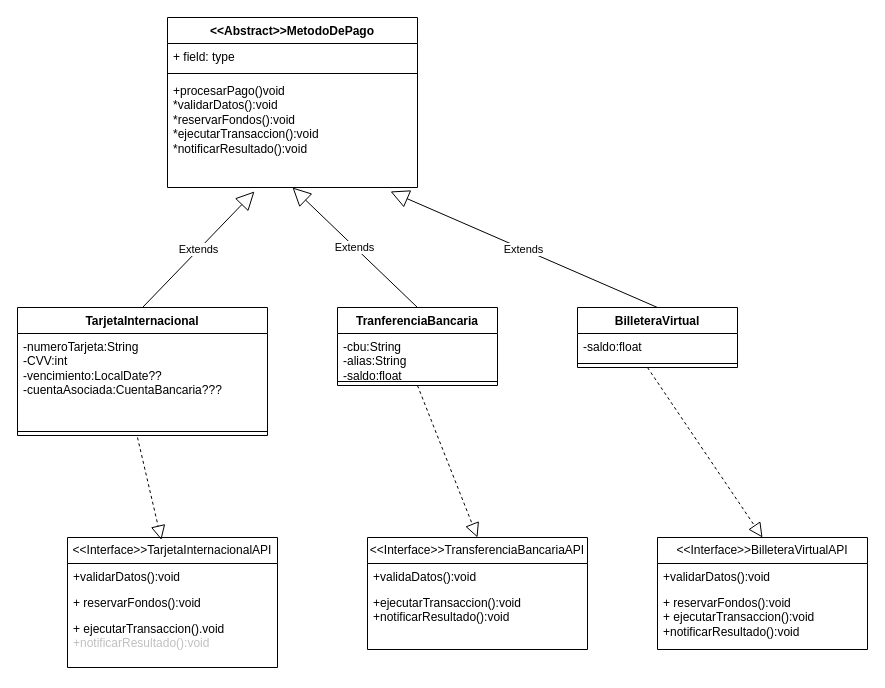
Before: UML/2.4 metodos de  pago.drawio in MartinianoOliveto/po2-integrador, a draw.io diagram. Source tidied: cells renumbered, new cells numbered last; positions are measured from the earlier drawing's top-left corner, leaving out a move shared by most shapes. Both pictures are drawn from the tidied source at 100%, with x=0, y=0 at pixel (17, 17).
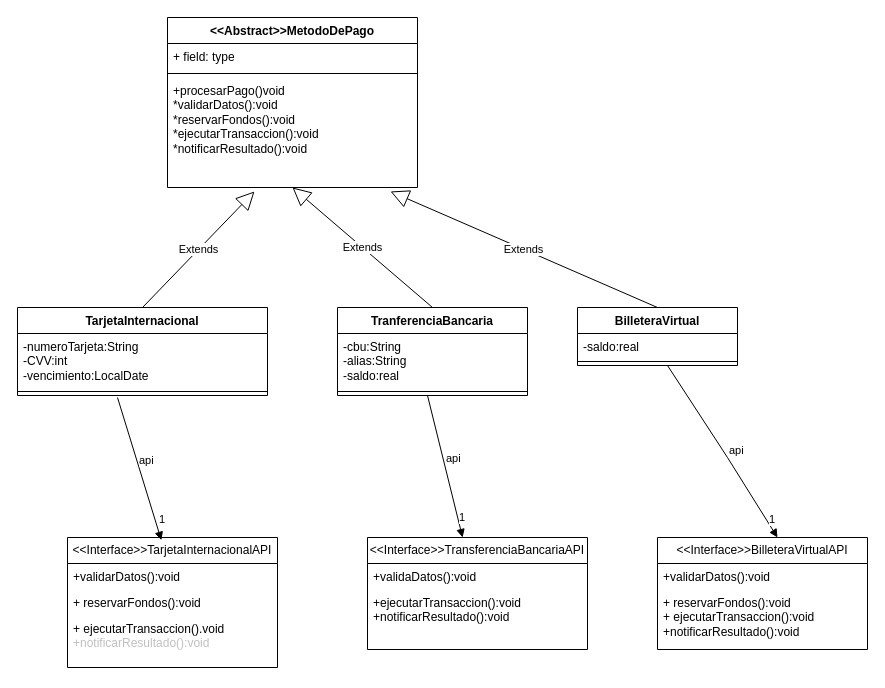
The same diagram, later.

Unchanged cells that the change refers to:
```xml
<mxCell id="15" value="&amp;lt;&amp;lt;Interface&amp;gt;&amp;gt;TarjetaInternacionalAPI" style="swimlane;fontStyle=0;horizontal=1;startSize=26;fillColor=none;whiteSpace=wrap;html=1;" parent="1" vertex="1">
  <mxGeometry x="50" y="520" width="210" height="130" as="geometry" />
</mxCell>
<mxCell id="19" value="&amp;lt;&amp;lt;Interface&amp;gt;&amp;gt;TransferenciaBancariaAPI" style="swimlane;fontStyle=0;horizontal=1;startSize=26;fillColor=none;whiteSpace=wrap;html=1;" parent="1" vertex="1">
  <mxGeometry x="350" y="520" width="220" height="112" as="geometry" />
</mxCell>
<mxCell id="22" value="&amp;lt;&amp;lt;Interface&amp;gt;&amp;gt;BilleteraVirtualAPI" style="swimlane;fontStyle=0;horizontal=1;startSize=26;fillColor=none;whiteSpace=wrap;html=1;" parent="1" vertex="1">
  <mxGeometry x="640" y="520" width="210" height="112" as="geometry" />
</mxCell>
```

Change to the diagram source:
```diff
@@
     <mxCell id="6" value="TarjetaInternacional" style="swimlane;fontStyle=1;align=center;verticalAlign=top;horizontal=1;startSize=26;whiteSpace=wrap;html=1;" parent="1" vertex="1">
-      <mxGeometry y="290" width="250" height="128" as="geometry" />
+      <mxGeometry y="290" width="250" height="88" as="geometry" />
     </mxCell>
-    <mxCell id="7" value="-numeroTarjeta:String&lt;div&gt;-CVV:int&amp;nbsp;&lt;/div&gt;&lt;div&gt;-vencimiento:LocalDate??&lt;/div&gt;&lt;div&gt;-cuentaAsociada:CuentaBancaria???&lt;/div&gt;" style="text;strokeColor=none;fillColor=none;align=left;verticalAlign=top;spacingLeft=4;spacingRight=4;overflow=hidden;whiteSpace=wrap;html=1;" parent="6" vertex="1">
-      <mxGeometry y="26" width="250" height="94" as="geometry" />
+    <mxCell id="7" value="-numeroTarjeta:String&lt;div&gt;-CVV:int&amp;nbsp;&lt;/div&gt;&lt;div&gt;-vencimiento:LocalDate&lt;/div&gt;" style="text;strokeColor=none;fillColor=none;align=left;verticalAlign=top;spacingLeft=4;spacingRight=4;overflow=hidden;whiteSpace=wrap;html=1;" parent="6" vertex="1">
+      <mxGeometry y="26" width="250" height="54" as="geometry" />
     </mxCell>
     <mxCell id="8" style="line;strokeWidth=1;fillColor=none;align=left;verticalAlign=middle;spacingTop=-1;spacingLeft=3;spacingRight=3;labelPosition=right;strokeColor=inherit;" parent="6" vertex="1">
-      <mxGeometry y="120" width="250" height="8" as="geometry" />
+      <mxGeometry y="80" width="250" height="8" as="geometry" />
     </mxCell>
     <mxCell id="9" value="TranferenciaBancaria" style="swimlane;fontStyle=1;align=center;verticalAlign=top;horizontal=1;startSize=26;whiteSpace=wrap;html=1;" parent="1" vertex="1">
-      <mxGeometry x="320" y="290" width="160" height="78" as="geometry" />
+      <mxGeometry x="320" y="290" width="190" height="88" as="geometry" />
     </mxCell>
-    <mxCell id="10" value="-cbu:String&amp;nbsp;&lt;div&gt;-alias:String&amp;nbsp;&lt;/div&gt;&lt;div&gt;-saldo:float&lt;/div&gt;" style="text;strokeColor=none;fillColor=none;align=left;verticalAlign=top;spacingLeft=4;spacingRight=4;overflow=hidden;whiteSpace=wrap;html=1;" parent="9" vertex="1">
-      <mxGeometry y="26" width="160" height="44" as="geometry" />
+    <mxCell id="10" value="-cbu:String&amp;nbsp;&lt;div&gt;-alias:String&amp;nbsp;&lt;/div&gt;&lt;div&gt;-saldo:real&lt;/div&gt;&lt;div&gt;&lt;br&gt;&lt;/div&gt;" style="text;strokeColor=none;fillColor=none;align=left;verticalAlign=top;spacingLeft=4;spacingRight=4;overflow=hidden;whiteSpace=wrap;html=1;" parent="9" vertex="1">
+      <mxGeometry y="26" width="190" height="54" as="geometry" />
     </mxCell>
     <mxCell id="11" style="line;strokeWidth=1;fillColor=none;align=left;verticalAlign=middle;spacingTop=-1;spacingLeft=3;spacingRight=3;labelPosition=right;strokeColor=inherit;" parent="9" vertex="1">
-      <mxGeometry y="70" width="160" height="8" as="geometry" />
+      <mxGeometry y="80" width="190" height="8" as="geometry" />
     </mxCell>
     <mxCell id="12" value="BilleteraVirtual" style="swimlane;fontStyle=1;align=center;verticalAlign=top;horizontal=1;startSize=26;whiteSpace=wrap;html=1;" parent="1" vertex="1">
-      <mxGeometry x="560" y="290" width="160" height="60" as="geometry" />
+      <mxGeometry x="560" y="290" width="160" height="58" as="geometry" />
     </mxCell>
-    <mxCell id="13" value="-saldo:float" style="text;strokeColor=none;fillColor=none;align=left;verticalAlign=top;spacingLeft=4;spacingRight=4;overflow=hidden;whiteSpace=wrap;html=1;" parent="12" vertex="1">
-      <mxGeometry y="26" width="160" height="26" as="geometry" />
+    <mxCell id="13" value="-saldo:real&lt;div&gt;&lt;br&gt;&lt;/div&gt;" style="text;strokeColor=none;fillColor=none;align=left;verticalAlign=top;spacingLeft=4;spacingRight=4;overflow=hidden;whiteSpace=wrap;html=1;" parent="12" vertex="1">
+      <mxGeometry y="26" width="160" height="24" as="geometry" />
     </mxCell>
     <mxCell id="14" style="line;strokeWidth=1;fillColor=none;align=left;verticalAlign=middle;spacingTop=-1;spacingLeft=3;spacingRight=3;labelPosition=right;strokeColor=inherit;" parent="12" vertex="1">
-      <mxGeometry y="52" width="160" height="8" as="geometry" />
+      <mxGeometry y="50" width="160" height="8" as="geometry" />
     </mxCell>
@@
-    <mxCell id="28" style="endArrow=block;dashed=1;endFill=0;endSize=12;html=1;rounded=0;entryX=0.447;entryY=0.019;entryDx=0;entryDy=0;entryPerimeter=0;" parent="1" edge="1" target="15">
-      <mxGeometry relative="1" as="geometry">
-        <mxPoint x="120" y="420" as="sourcePoint" />
-      </mxGeometry>
-    </mxCell>
-    <mxCell id="29" style="endArrow=block;dashed=1;endFill=0;endSize=12;html=1;rounded=0;exitX=0.5;exitY=1;exitDx=0;exitDy=0;entryX=0.5;entryY=0;entryDx=0;entryDy=0;" parent="1" edge="1" source="9" target="19">
-      <mxGeometry relative="1" as="geometry" />
-    </mxCell>
-    <mxCell id="30" style="endArrow=block;dashed=1;endFill=0;endSize=12;html=1;rounded=0;entryX=0.5;entryY=0;entryDx=0;entryDy=0;" parent="1" edge="1" target="22">
-      <mxGeometry relative="1" as="geometry">
-        <mxPoint x="630" y="350" as="sourcePoint" />
-      </mxGeometry>
-    </mxCell>
+    <mxCell id="31" value="api" style="endArrow=block;endFill=1;html=1;align=left;verticalAlign=top;entryX=0.447;entryY=0.021;entryDx=0;entryDy=0;entryPerimeter=0;" parent="1" edge="1" target="15">
+      <mxGeometry x="-0.28" y="4" relative="1" as="geometry">
+        <mxPoint x="100" y="380" as="sourcePoint" />
+      </mxGeometry>
+    </mxCell>
+    <mxCell id="32" value="1" style="edgeLabel;html=1;align=left;verticalAlign=bottom;" parent="31" vertex="1">
+      <mxGeometry x="-1" relative="1" as="geometry">
+        <mxPoint x="40" y="130" as="offset" />
+      </mxGeometry>
+    </mxCell>
+    <mxCell id="33" value="api" style="endArrow=block;endFill=1;html=1;align=left;verticalAlign=top;entryX=0.455;entryY=0;entryDx=0;entryDy=0;entryPerimeter=0;exitX=0.5;exitY=1;exitDx=0;exitDy=0;" parent="1" edge="1">
+      <mxGeometry x="-0.28" y="4" relative="1" as="geometry">
+        <mxPoint x="410" y="378" as="sourcePoint" />
+        <mxPoint x="445.1" y="520" as="targetPoint" />
+      </mxGeometry>
+    </mxCell>
+    <mxCell id="34" value="1" style="edgeLabel;html=1;align=left;verticalAlign=bottom;" parent="33" vertex="1">
+      <mxGeometry x="-1" relative="1" as="geometry">
+        <mxPoint x="30" y="130" as="offset" />
+      </mxGeometry>
+    </mxCell>
+    <mxCell id="35" value="api" style="endArrow=block;endFill=1;html=1;align=left;verticalAlign=top;exitX=0.5;exitY=1;exitDx=0;exitDy=0;" parent="1" edge="1">
+      <mxGeometry x="-0.09" y="11" relative="1" as="geometry">
+        <mxPoint x="650" y="348" as="sourcePoint" />
+        <mxPoint x="760" y="520" as="targetPoint" />
+        <Array as="points">
+          <mxPoint x="710" y="440" />
+        </Array>
+      </mxGeometry>
+    </mxCell>
+    <mxCell id="36" value="1" style="edgeLabel;html=1;align=left;verticalAlign=bottom;" parent="35" vertex="1">
+      <mxGeometry x="-1" relative="1" as="geometry">
+        <mxPoint x="100" y="162" as="offset" />
+      </mxGeometry>
+    </mxCell>
```
